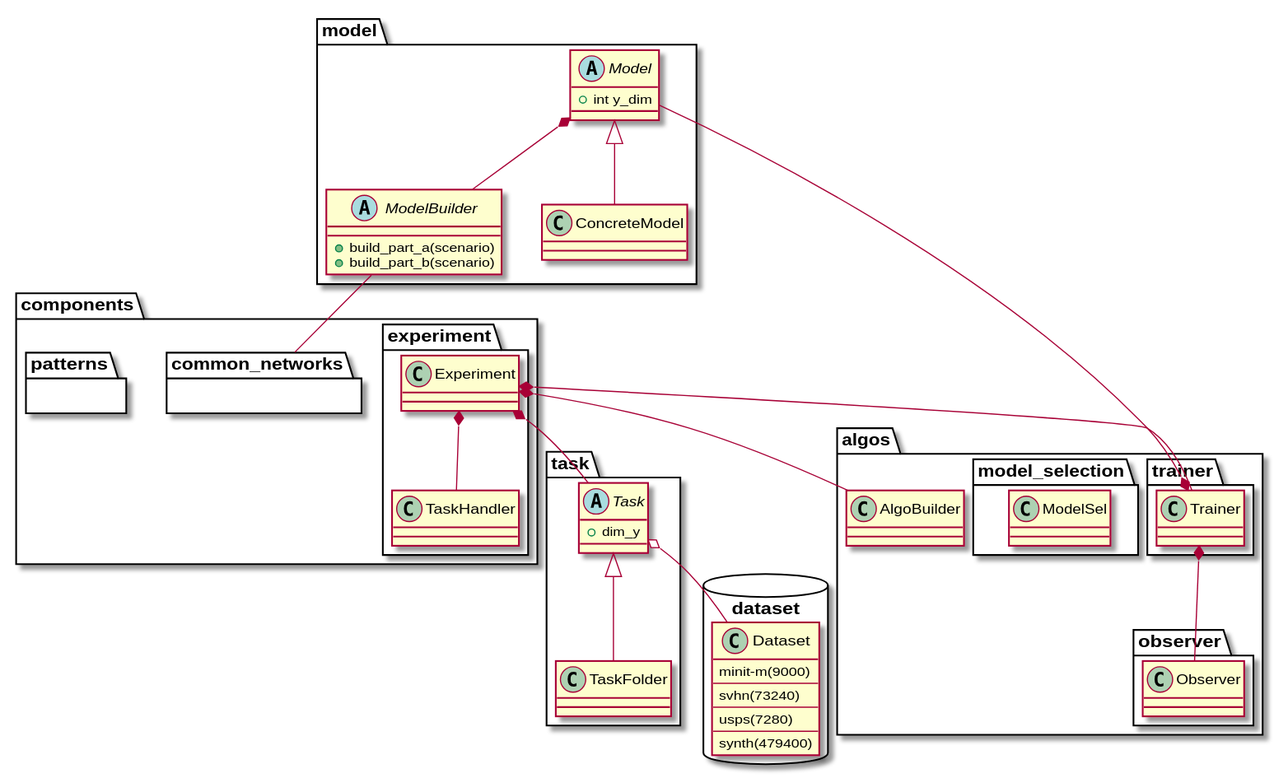
Earlier version of the PlantUML export libDG.svg (marrlab/DomainLab).
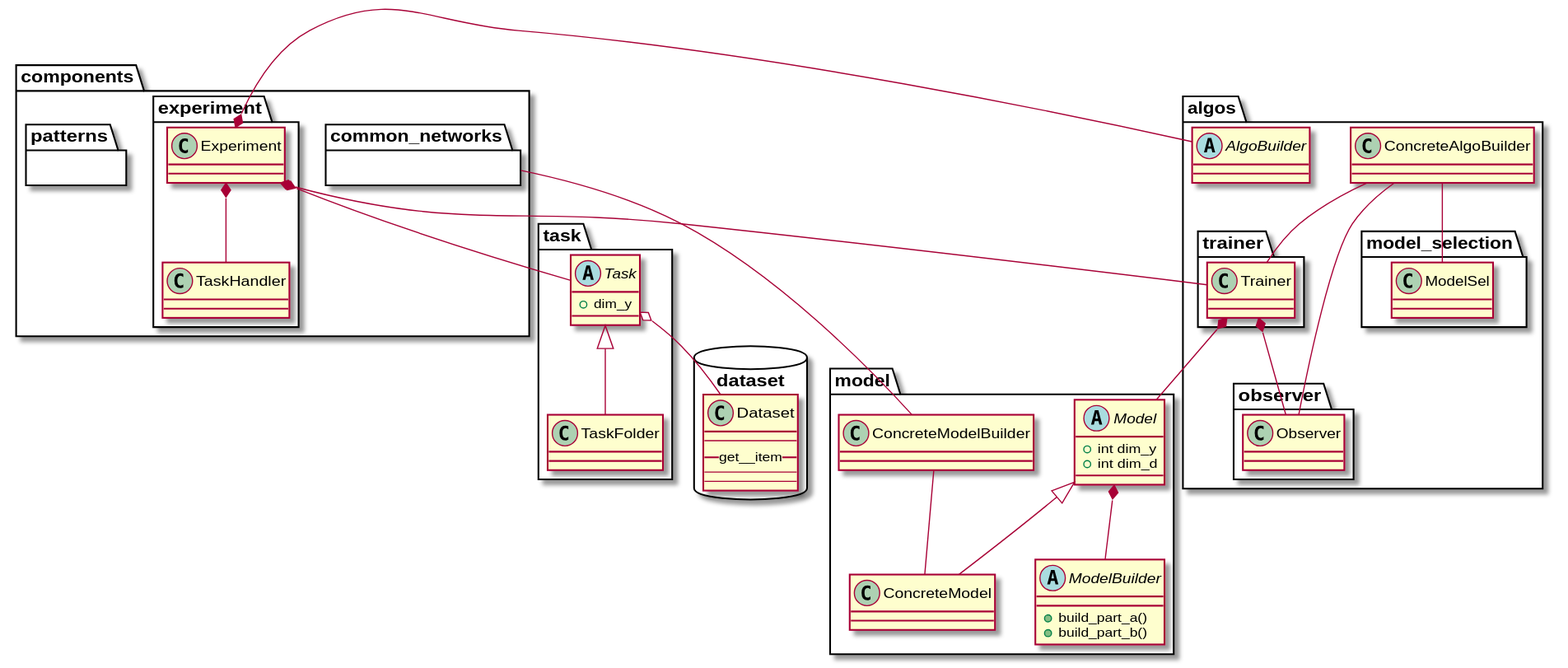
After the commit.

What changed in the source:
```diff
@@ -7,7 +7,8 @@
 }
 
 package algos {
-  class AlgoBuilder {}
+  abstract class AlgoBuilder {}
+  class ConcreteAlgoBuilder {}
   package trainer {
     class Trainer {}
   }
@@ -21,25 +22,24 @@
 
 package dataset <<DataBase>>{
   class Dataset {
-    minit-m(9000)
     --
-    svhn(73240)
+    __get__item__
     --
-    usps(7280)
     --
-    synth(479400)
   }
 }
 
 package model{
   abstract class Model {
-  + int y_dim
+  + int dim_y
+  + int dim_d
   }
   abstract class ModelBuilder {
-  +build_part_a(scenario)
-  +build_part_b(scenario)
+  +build_part_a()
+  +build_part_b()
   }
   class ConcreteModel {}
+  class ConcreteModelBuilder {}
 }
 
 
@@ -63,5 +63,9 @@
 Model *-- ModelBuilder
 Experiment *-- AlgoBuilder
 Experiment *-- TaskHandler
-ModelBuilder -- common_networks
+ConcreteModelBuilder -- common_networks
+ConcreteAlgoBuilder -- Trainer
+ConcreteAlgoBuilder -- Observer
+ConcreteAlgoBuilder -- ModelSel
+ConcreteModelBuilder -- ConcreteModel
 @enduml
```
